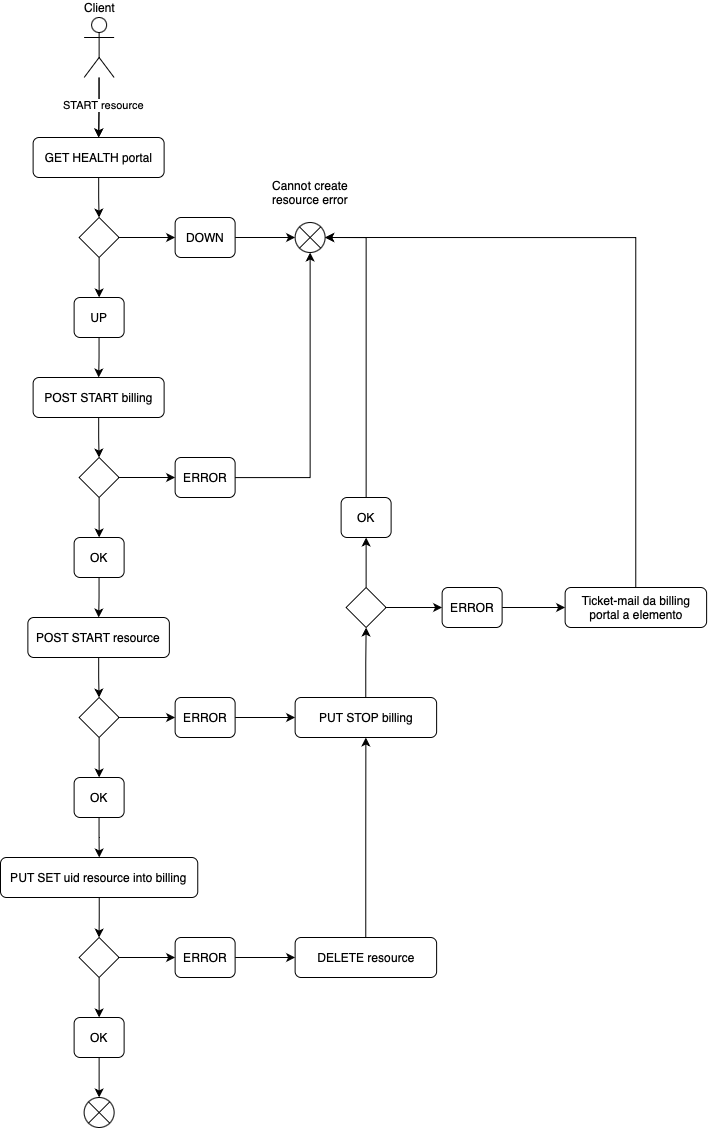
The draw.io diagram img/flowchart_portal_billing_create.drawio.png in Elemento-Modular-Cloud/meson-template, before a commit. Source tidied: cells renumbered, new cells last; positions are measured from the earlier drawing's top-left corner, leaving out a move shared by most shapes.
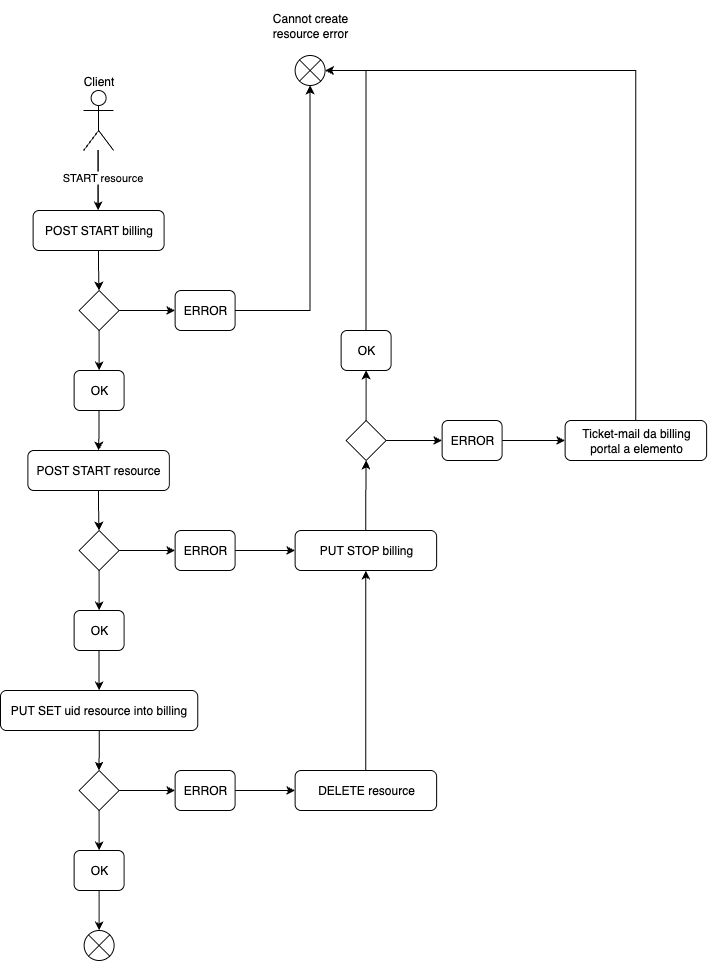
Above is the later version.

What changed in the source:
```diff
@@ -2,45 +2,22 @@
   <root>
     <mxCell id="0" />
     <mxCell id="1" parent="0" />
-    <mxCell id="2" style="edgeStyle=orthogonalEdgeStyle;rounded=0;jettySize=auto;html=1;" parent="1" edge="1" source="3" target="6">
-      <mxGeometry relative="1" as="geometry" />
-    </mxCell>
-    <mxCell id="3" value="GET HEALTH portal" style="rounded=1;whiteSpace=wrap;html=1;" parent="1" vertex="1">
-      <mxGeometry x="32.6" y="120" width="131" height="40" as="geometry" />
-    </mxCell>
-    <mxCell id="4" style="edgeStyle=orthogonalEdgeStyle;rounded=0;jettySize=auto;html=1;" parent="1" edge="1" source="6" target="12">
-      <mxGeometry relative="1" as="geometry" />
-    </mxCell>
-    <mxCell id="5" style="edgeStyle=orthogonalEdgeStyle;rounded=0;jettySize=auto;html=1;" parent="1" edge="1" source="6" target="14">
-      <mxGeometry relative="1" as="geometry" />
-    </mxCell>
-    <mxCell id="6" style="rhombus;whiteSpace=wrap;html=1;" parent="1" vertex="1">
-      <mxGeometry x="78.6" y="200" width="40" height="40" as="geometry" />
-    </mxCell>
-    <mxCell id="7" style="edgeStyle=orthogonalEdgeStyle;rounded=0;jettySize=auto;html=1;" parent="1" edge="1" source="10" target="3">
-      <mxGeometry relative="1" as="geometry" />
+    <mxCell id="7" style="edgeStyle=orthogonalEdgeStyle;rounded=0;jettySize=auto;html=1;" parent="1" edge="1" source="10">
+      <mxGeometry relative="1" as="geometry">
+        <mxPoint x="97.6" y="360" as="targetPoint" />
+      </mxGeometry>
     </mxCell>
-    <mxCell id="8" style="edgeStyle=orthogonalEdgeStyle;rounded=0;jettySize=auto;html=1;" parent="1" edge="1" source="10" target="3">
-      <mxGeometry relative="1" as="geometry" />
+    <mxCell id="8" style="edgeStyle=orthogonalEdgeStyle;rounded=0;jettySize=auto;html=1;" parent="1" edge="1" source="10">
+      <mxGeometry relative="1" as="geometry">
+        <mxPoint x="97.6" y="360" as="targetPoint" />
+      </mxGeometry>
     </mxCell>
     <mxCell id="9" value="START resource" style="edgeLabel;html=1;align=center;verticalAlign=middle;" parent="8" vertex="1">
       <mxGeometry x="-0.12" y="4" relative="1" as="geometry" />
     </mxCell>
     <mxCell id="10" value="Client" style="shape=umlActor;verticalLabelPosition=top;verticalAlign=bottom;html=1;outlineConnect=0;labelPosition=center;align=center;" parent="1" vertex="1">
-      <mxGeometry x="83.6" width="30" height="60" as="geometry" />
+      <mxGeometry x="83.1" y="240" width="30" height="60" as="geometry" />
     </mxCell>
-    <mxCell id="11" style="edgeStyle=orthogonalEdgeStyle;rounded=0;jettySize=auto;html=1;" parent="1" edge="1" source="12" target="17">
-      <mxGeometry relative="1" as="geometry" />
-    </mxCell>
-    <mxCell id="12" value="UP" style="rounded=1;whiteSpace=wrap;html=1;" parent="1" vertex="1">
-      <mxGeometry x="73.6" y="280" width="50" height="40" as="geometry" />
-    </mxCell>
-    <mxCell id="13" style="edgeStyle=orthogonalEdgeStyle;rounded=0;jettySize=auto;html=1;" parent="1" edge="1" source="14" target="15">
-      <mxGeometry relative="1" as="geometry" />
-    </mxCell>
-    <mxCell id="14" value="DOWN" style="rounded=1;whiteSpace=wrap;html=1;" parent="1" vertex="1">
-      <mxGeometry x="174.6" y="200" width="60" height="40" as="geometry" />
-    </mxCell>
     <mxCell id="15" style="verticalLabelPosition=middle;verticalAlign=middle;html=1;shape=mxgraph.flowchart.or;labelPosition=right;align=left;strokeColor=light-dark(#000000,#CC0000);" parent="1" vertex="1">
       <mxGeometry x="294.6" y="205" width="30" height="30" as="geometry" />
     </mxCell>
```
